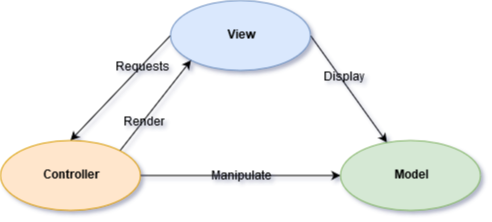
Earlier version of the draw.io export modeling/mvcDiagram.png (brneto/todos-app). Source tidied: cells renumbered, new cells last; positions are measured from the earlier drawing's top-left corner, leaving out a move shared by most shapes.
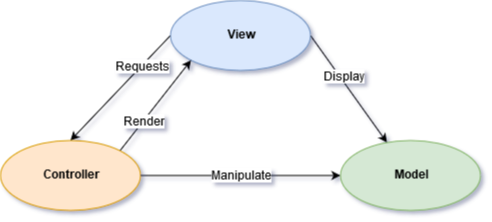
The same diagram one commit later.

Commit message:
Update MVC diagram

What changed in the source:
```diff
@@ -5,13 +5,13 @@
     <mxCell id="2" style="rounded=0;jettySize=auto;html=1;exitX=1;exitY=0.5;exitDx=0;exitDy=0;" parent="1" edge="1" source="6" target="12">
       <mxGeometry relative="1" as="geometry" />
     </mxCell>
-    <mxCell id="3" value="Display" style="text;html=1;align=center;verticalAlign=middle;labelBackgroundColor=none;" parent="2" vertex="1">
+    <mxCell id="3" value="Display" style="text;html=1;align=center;verticalAlign=middle;labelBackgroundColor=#ffffff;" parent="2" vertex="1">
       <mxGeometry x="-0.21" y="2" relative="1" as="geometry" />
     </mxCell>
     <mxCell id="4" style="rounded=0;jettySize=auto;html=1;exitX=0;exitY=0.5;exitDx=0;exitDy=0;entryX=0.5;entryY=0;entryDx=0;entryDy=0;" parent="1" edge="1" source="6" target="11">
       <mxGeometry relative="1" as="geometry" />
     </mxCell>
-    <mxCell id="5" value="Requests" style="text;html=1;align=center;verticalAlign=middle;labelBackgroundColor=none;" parent="4" vertex="1">
+    <mxCell id="5" value="Requests" style="text;html=1;align=center;verticalAlign=middle;labelBackgroundColor=#ffffff;" parent="4" vertex="1">
       <mxGeometry x="-0.41" relative="1" as="geometry" />
     </mxCell>
     <mxCell id="6" value="View" style="ellipse;whiteSpace=wrap;html=1;fillColor=#dae8fc;strokeColor=#6c8ebf;fontStyle=1;" parent="1" vertex="1">
@@ -20,13 +20,13 @@
     <mxCell id="7" style="rounded=0;jettySize=auto;html=1;exitX=1;exitY=0;exitDx=0;exitDy=0;entryX=0;entryY=1;entryDx=0;entryDy=0;" parent="1" edge="1" source="11" target="6">
       <mxGeometry relative="1" as="geometry" />
     </mxCell>
-    <mxCell id="8" value="Render" style="text;html=1;align=center;verticalAlign=middle;labelBackgroundColor=none;" parent="7" vertex="1">
+    <mxCell id="8" value="Render" style="text;html=1;align=center;verticalAlign=middle;labelBackgroundColor=#ffffff;" parent="7" vertex="1">
       <mxGeometry x="-0.36" relative="1" as="geometry" />
     </mxCell>
     <mxCell id="9" style="edgeStyle=orthogonalEdgeStyle;rounded=0;jettySize=auto;html=1;" parent="1" edge="1" source="11" target="12">
       <mxGeometry relative="1" as="geometry" />
     </mxCell>
-    <mxCell id="10" value="Manipulate" style="text;html=1;align=center;verticalAlign=middle;labelBackgroundColor=none;" parent="9" vertex="1">
+    <mxCell id="10" value="Manipulate" style="text;html=1;align=center;verticalAlign=middle;labelBackgroundColor=#ffffff;" parent="9" vertex="1">
       <mxGeometry x="-0.16" relative="1" as="geometry">
         <mxPoint x="16" as="offset" />
       </mxGeometry>
```
